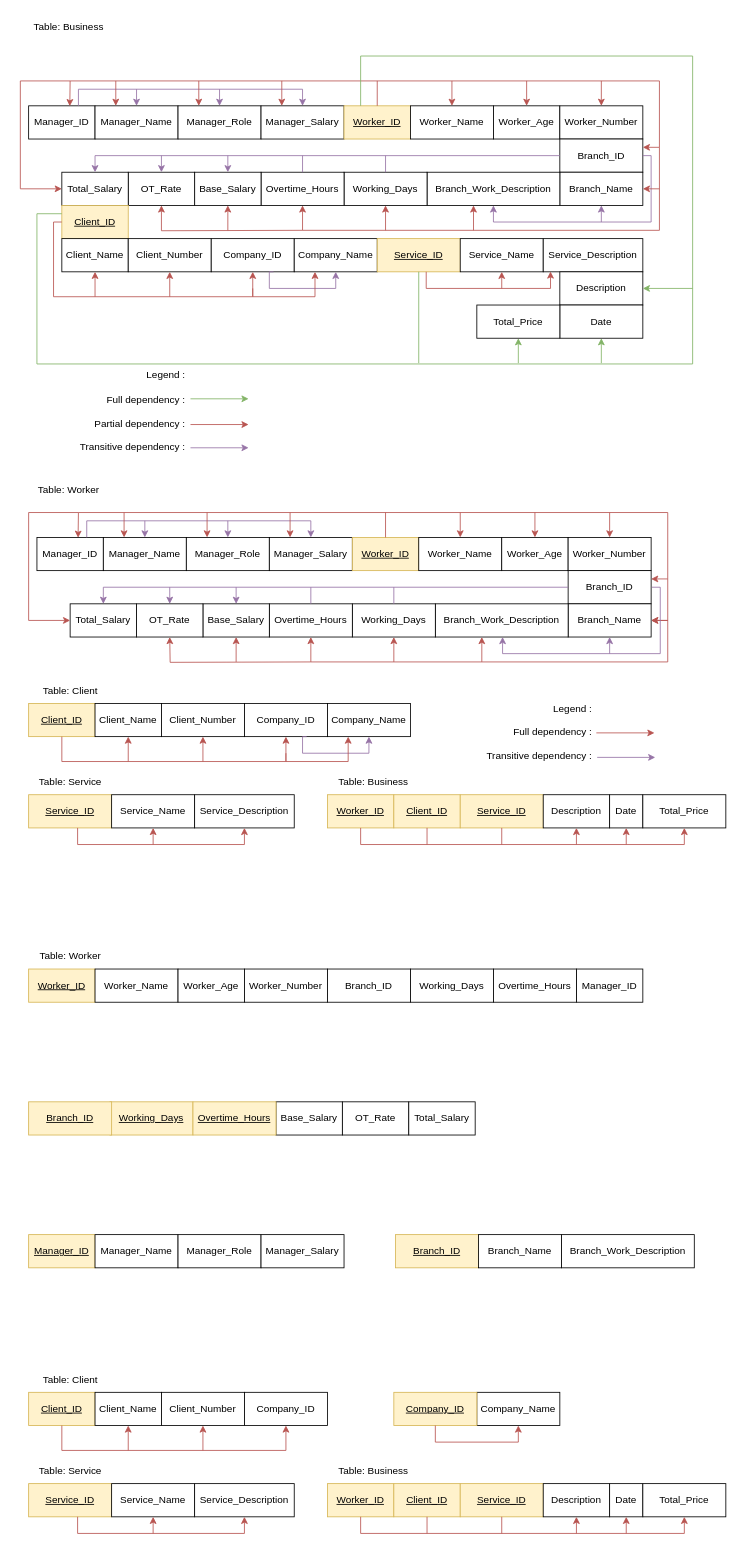
Above: normalizationWIA2001assg.drawio in justn0thinghere/drawio (draw.io), before the change. Source tidied: cells renumbered, new cells numbered last; positions are measured from the earlier drawing's top-left corner, leaving out a move shared by most shapes. Both pictures are drawn from the tidied source at 83%, with x=0, y=0 at pixel (20, 14).
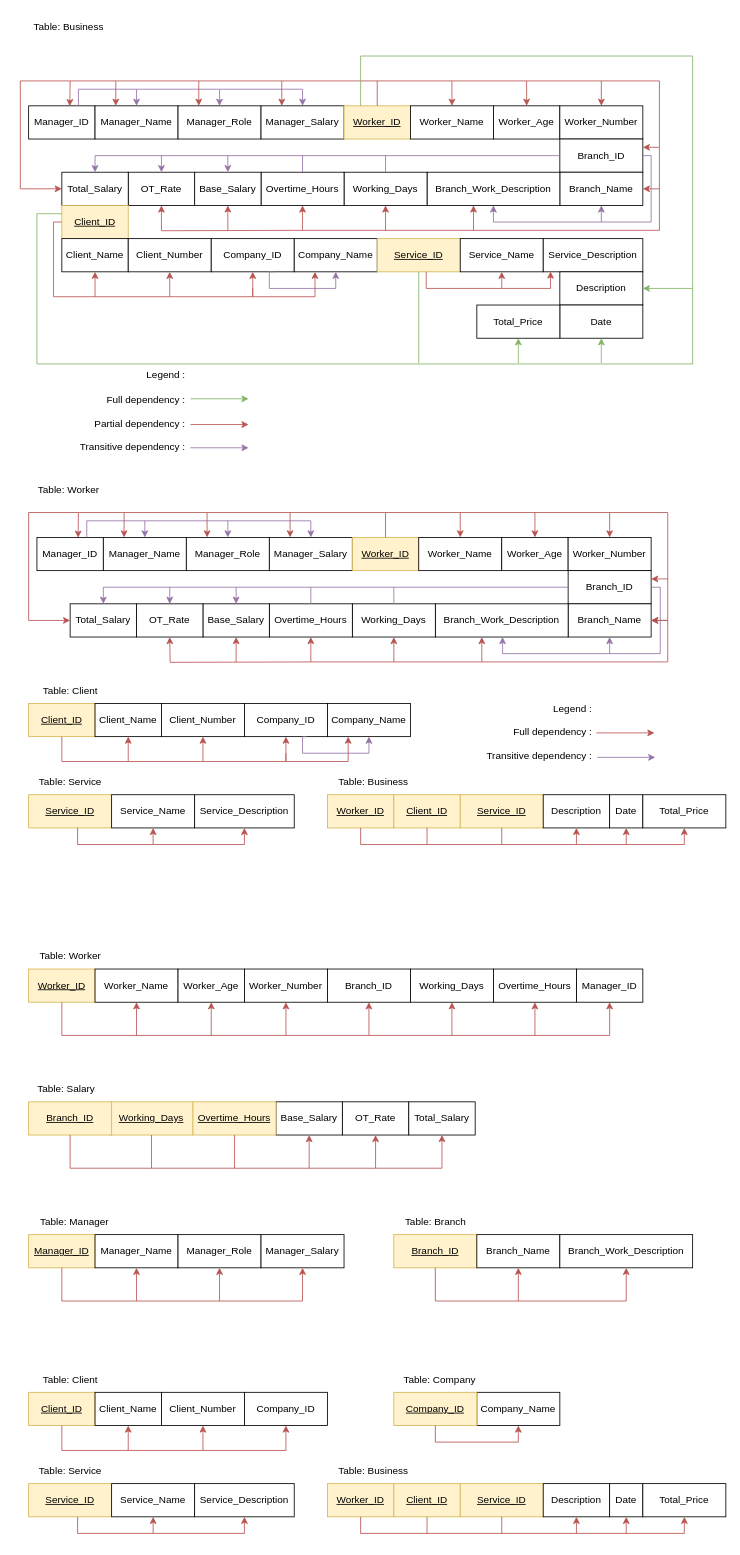
After the change.

Unchanged cells that the change refers to:
```xml
<mxCell id="185" value="Manager_ID" style="rounded=0;whiteSpace=wrap;html=1;" parent="1" vertex="1">
  <mxGeometry x="670" y="1150" width="80" height="40" as="geometry" />
</mxCell>
<mxCell id="186" value="&lt;u&gt;Worker_ID&lt;/u&gt;" style="rounded=0;whiteSpace=wrap;html=1;fillColor=#fff2cc;strokeColor=#d6b656;" parent="1" vertex="1">
  <mxGeometry x="10" y="1150" width="80" height="40" as="geometry" />
</mxCell>
<mxCell id="187" value="Worker_Name" style="rounded=0;whiteSpace=wrap;html=1;" parent="1" vertex="1">
  <mxGeometry x="90" y="1150" width="100" height="40" as="geometry" />
</mxCell>
<mxCell id="188" value="Worker_Age" style="rounded=0;whiteSpace=wrap;html=1;" parent="1" vertex="1">
  <mxGeometry x="190" y="1150" width="80" height="40" as="geometry" />
</mxCell>
<mxCell id="189" value="Worker_Number" style="rounded=0;whiteSpace=wrap;html=1;" parent="1" vertex="1">
  <mxGeometry x="270" y="1150" width="100" height="40" as="geometry" />
</mxCell>
<mxCell id="190" value="Branch_ID" style="rounded=0;whiteSpace=wrap;html=1;" parent="1" vertex="1">
  <mxGeometry x="370" y="1150" width="100" height="40" as="geometry" />
</mxCell>
<mxCell id="191" value="Working_Days" style="rounded=0;whiteSpace=wrap;html=1;" parent="1" vertex="1">
  <mxGeometry x="470" y="1150" width="100" height="40" as="geometry" />
</mxCell>
<mxCell id="192" value="Overtime_Hours" style="rounded=0;whiteSpace=wrap;html=1;" parent="1" vertex="1">
  <mxGeometry x="570" y="1150" width="100" height="40" as="geometry" />
</mxCell>
<mxCell id="193" value="Base_Salary" style="rounded=0;whiteSpace=wrap;html=1;" parent="1" vertex="1">
  <mxGeometry x="308" y="1310" width="80" height="40" as="geometry" />
</mxCell>
<mxCell id="194" value="OT_Rate" style="rounded=0;whiteSpace=wrap;html=1;" parent="1" vertex="1">
  <mxGeometry x="388" y="1310" width="80" height="40" as="geometry" />
</mxCell>
<mxCell id="195" value="Total_Salary" style="rounded=0;whiteSpace=wrap;html=1;" parent="1" vertex="1">
  <mxGeometry x="468" y="1310" width="80" height="40" as="geometry" />
</mxCell>
<mxCell id="197" value="&lt;u&gt;Manager_ID&lt;/u&gt;" style="rounded=0;whiteSpace=wrap;html=1;fillColor=#fff2cc;strokeColor=#d6b656;" parent="1" vertex="1">
  <mxGeometry x="10" y="1470" width="80" height="40" as="geometry" />
</mxCell>
<mxCell id="198" value="Manager_Name" style="rounded=0;whiteSpace=wrap;html=1;" parent="1" vertex="1">
  <mxGeometry x="90" y="1470" width="100" height="40" as="geometry" />
</mxCell>
<mxCell id="199" value="Manager_Role" style="rounded=0;whiteSpace=wrap;html=1;" parent="1" vertex="1">
  <mxGeometry x="190" y="1470" width="100" height="40" as="geometry" />
</mxCell>
<mxCell id="200" value="Manager_Salary" style="rounded=0;whiteSpace=wrap;html=1;" parent="1" vertex="1">
  <mxGeometry x="290" y="1470" width="100" height="40" as="geometry" />
</mxCell>
<mxCell id="204" value="&lt;u&gt;Working_Days&lt;/u&gt;" style="rounded=0;whiteSpace=wrap;html=1;fillColor=#fff2cc;strokeColor=#d6b656;" parent="1" vertex="1">
  <mxGeometry x="108" y="1310" width="100" height="40" as="geometry" />
</mxCell>
<mxCell id="205" value="&lt;u&gt;Overtime_Hours&lt;/u&gt;" style="rounded=0;whiteSpace=wrap;html=1;fillColor=#fff2cc;strokeColor=#d6b656;" parent="1" vertex="1">
  <mxGeometry x="208" y="1310" width="100" height="40" as="geometry" />
</mxCell>
<mxCell id="206" value="&lt;u&gt;Branch_ID&lt;/u&gt;" style="rounded=0;whiteSpace=wrap;html=1;fillColor=#fff2cc;strokeColor=#d6b656;" parent="1" vertex="1">
  <mxGeometry x="10" y="1310" width="100" height="40" as="geometry" />
</mxCell>
```

The edit, as a diff of the source:
```diff
@@
     <mxCell id="201" value="&lt;u&gt;Branch_ID&lt;/u&gt;" style="rounded=0;whiteSpace=wrap;html=1;fillColor=#fff2cc;strokeColor=#d6b656;" parent="1" vertex="1">
-      <mxGeometry x="452" y="1470" width="100" height="40" as="geometry" />
+      <mxGeometry x="450" y="1470" width="100" height="40" as="geometry" />
     </mxCell>
     <mxCell id="202" value="Branch_Name" style="rounded=0;whiteSpace=wrap;html=1;" parent="1" vertex="1">
-      <mxGeometry x="552" y="1470" width="100" height="40" as="geometry" />
+      <mxGeometry x="550" y="1470" width="100" height="40" as="geometry" />
     </mxCell>
     <mxCell id="203" value="Branch_Work_Description" style="rounded=0;whiteSpace=wrap;html=1;" parent="1" vertex="1">
-      <mxGeometry x="652" y="1470" width="160" height="40" as="geometry" />
+      <mxGeometry x="650" y="1470" width="160" height="40" as="geometry" />
     </mxCell>
@@
+    <mxCell id="207" style="endArrow=classic;html=1;rounded=0;edgeStyle=orthogonalEdgeStyle;fillColor=#f8cecc;strokeColor=#b85450;exitX=0.5;exitY=1;exitDx=0;exitDy=0;entryX=0.5;entryY=1;entryDx=0;entryDy=0;" parent="1" edge="1" source="186" target="185">
+      <mxGeometry relative="1" as="geometry">
+        <Array as="points">
+          <mxPoint x="50" y="1230" />
+          <mxPoint x="710" y="1230" />
+        </Array>
+      </mxGeometry>
+    </mxCell>
+    <mxCell id="208" value="Table: Salary" style="text;html=1;align=center;verticalAlign=middle;strokeColor=none;fillColor=none;" parent="1" vertex="1">
+      <mxGeometry x="10" y="1280" width="90" height="30" as="geometry" />
+    </mxCell>
+    <mxCell id="209" value="Table: Manager" style="text;html=1;align=center;verticalAlign=middle;strokeColor=none;fillColor=none;" parent="1" vertex="1">
+      <mxGeometry x="10" y="1440" width="110" height="30" as="geometry" />
+    </mxCell>
+    <mxCell id="210" value="Table: Branch" style="text;html=1;align=center;verticalAlign=middle;strokeColor=none;fillColor=none;" parent="1" vertex="1">
+      <mxGeometry x="450" y="1440" width="100" height="30" as="geometry" />
+    </mxCell>
+    <mxCell id="211" style="endArrow=classic;html=1;rounded=0;entryX=0.5;entryY=1;entryDx=0;entryDy=0;fillColor=#f8cecc;strokeColor=#b85450;" parent="1" edge="1" target="187">
+      <mxGeometry relative="1" as="geometry">
+        <mxPoint x="140" y="1230" as="sourcePoint" />
+      </mxGeometry>
+    </mxCell>
+    <mxCell id="212" style="endArrow=classic;html=1;rounded=0;entryX=0.5;entryY=1;entryDx=0;entryDy=0;fillColor=#f8cecc;strokeColor=#b85450;" parent="1" edge="1" target="188">
+      <mxGeometry relative="1" as="geometry">
+        <mxPoint x="230" y="1230" as="sourcePoint" />
+      </mxGeometry>
+    </mxCell>
+    <mxCell id="213" value="Table: Company" style="text;html=1;align=center;verticalAlign=middle;strokeColor=none;fillColor=none;" parent="1" vertex="1">
+      <mxGeometry x="450" y="1630" width="110" height="30" as="geometry" />
+    </mxCell>
+    <mxCell id="214" style="endArrow=classic;html=1;rounded=0;entryX=0.5;entryY=1;entryDx=0;entryDy=0;fillColor=#f8cecc;strokeColor=#b85450;" parent="1" edge="1" target="189">
+      <mxGeometry relative="1" as="geometry">
+        <mxPoint x="320" y="1230" as="sourcePoint" />
+      </mxGeometry>
+    </mxCell>
+    <mxCell id="215" style="endArrow=classic;html=1;rounded=0;entryX=0.5;entryY=1;entryDx=0;entryDy=0;fillColor=#f8cecc;strokeColor=#b85450;" parent="1" edge="1" target="190">
+      <mxGeometry relative="1" as="geometry">
+        <mxPoint x="420" y="1230" as="sourcePoint" />
+      </mxGeometry>
+    </mxCell>
+    <mxCell id="216" style="endArrow=classic;html=1;rounded=0;entryX=0.5;entryY=1;entryDx=0;entryDy=0;fillColor=#f8cecc;strokeColor=#b85450;" parent="1" edge="1" target="191">
+      <mxGeometry relative="1" as="geometry">
+        <mxPoint x="520" y="1230" as="sourcePoint" />
+      </mxGeometry>
+    </mxCell>
+    <mxCell id="217" style="endArrow=classic;html=1;rounded=0;entryX=0.5;entryY=1;entryDx=0;entryDy=0;fillColor=#f8cecc;strokeColor=#b85450;" parent="1" edge="1" target="192">
+      <mxGeometry relative="1" as="geometry">
+        <mxPoint x="620" y="1230" as="sourcePoint" />
+      </mxGeometry>
+    </mxCell>
+    <mxCell id="218" style="endArrow=classic;html=1;rounded=0;edgeStyle=orthogonalEdgeStyle;fillColor=#f8cecc;strokeColor=#b85450;exitX=0.5;exitY=1;exitDx=0;exitDy=0;entryX=0.5;entryY=1;entryDx=0;entryDy=0;" parent="1" edge="1" source="206" target="195">
+      <mxGeometry relative="1" as="geometry">
+        <Array as="points">
+          <mxPoint x="60" y="1390" />
+          <mxPoint x="508" y="1390" />
+        </Array>
+      </mxGeometry>
+    </mxCell>
+    <mxCell id="219" style="endArrow=classic;html=1;rounded=0;edgeStyle=orthogonalEdgeStyle;fillColor=#f8cecc;strokeColor=#b85450;entryX=0.5;entryY=1;entryDx=0;entryDy=0;exitX=0.5;exitY=1;exitDx=0;exitDy=0;" parent="1" edge="1" source="197" target="200">
+      <mxGeometry relative="1" as="geometry">
+        <Array as="points">
+          <mxPoint x="50" y="1550" />
+          <mxPoint x="340" y="1550" />
+        </Array>
+      </mxGeometry>
+    </mxCell>
+    <mxCell id="220" style="endArrow=classic;html=1;rounded=0;edgeStyle=orthogonalEdgeStyle;fillColor=#f8cecc;strokeColor=#b85450;exitX=0.5;exitY=1;exitDx=0;exitDy=0;entryX=0.5;entryY=1;entryDx=0;entryDy=0;" parent="1" edge="1" source="201" target="203">
+      <mxGeometry relative="1" as="geometry">
+        <Array as="points">
+          <mxPoint x="500" y="1550" />
+          <mxPoint x="730" y="1550" />
+        </Array>
+      </mxGeometry>
+    </mxCell>
+    <mxCell id="221" style="endArrow=none;html=1;rounded=0;entryX=0.5;entryY=1;entryDx=0;entryDy=0;fillColor=#f8cecc;strokeColor=#b85450;" parent="1" edge="1" target="204">
+      <mxGeometry relative="1" as="geometry">
+        <mxPoint x="158" y="1390" as="sourcePoint" />
+      </mxGeometry>
+    </mxCell>
+    <mxCell id="222" style="endArrow=none;html=1;rounded=0;entryX=0.5;entryY=1;entryDx=0;entryDy=0;fillColor=#f8cecc;strokeColor=#b85450;" parent="1" edge="1" target="205">
+      <mxGeometry relative="1" as="geometry">
+        <mxPoint x="258" y="1390" as="sourcePoint" />
+      </mxGeometry>
+    </mxCell>
+    <mxCell id="223" style="endArrow=classic;html=1;rounded=0;entryX=0.5;entryY=1;entryDx=0;entryDy=0;fillColor=#f8cecc;strokeColor=#b85450;" parent="1" edge="1" target="193">
+      <mxGeometry relative="1" as="geometry">
+        <mxPoint x="348" y="1390" as="sourcePoint" />
+      </mxGeometry>
+    </mxCell>
+    <mxCell id="224" style="endArrow=classic;html=1;rounded=0;entryX=0.5;entryY=1;entryDx=0;entryDy=0;fillColor=#f8cecc;strokeColor=#b85450;" parent="1" edge="1" target="194">
+      <mxGeometry relative="1" as="geometry">
+        <mxPoint x="428" y="1390" as="sourcePoint" />
+      </mxGeometry>
+    </mxCell>
+    <mxCell id="225" style="endArrow=classic;html=1;rounded=0;entryX=0.5;entryY=1;entryDx=0;entryDy=0;fillColor=#f8cecc;strokeColor=#b85450;" parent="1" edge="1" target="198">
+      <mxGeometry relative="1" as="geometry">
+        <mxPoint x="140" y="1550" as="sourcePoint" />
+      </mxGeometry>
+    </mxCell>
+    <mxCell id="226" style="endArrow=classic;html=1;rounded=0;entryX=0.5;entryY=1;entryDx=0;entryDy=0;fillColor=#f8cecc;strokeColor=#b85450;" parent="1" edge="1" target="199">
+      <mxGeometry relative="1" as="geometry">
+        <mxPoint x="240" y="1550" as="sourcePoint" />
+      </mxGeometry>
+    </mxCell>
+    <mxCell id="227" style="endArrow=classic;html=1;rounded=0;entryX=0.5;entryY=1;entryDx=0;entryDy=0;fillColor=#f8cecc;strokeColor=#b85450;" parent="1" edge="1" target="202">
+      <mxGeometry relative="1" as="geometry">
+        <mxPoint x="600" y="1550" as="sourcePoint" />
+      </mxGeometry>
+    </mxCell>
```
